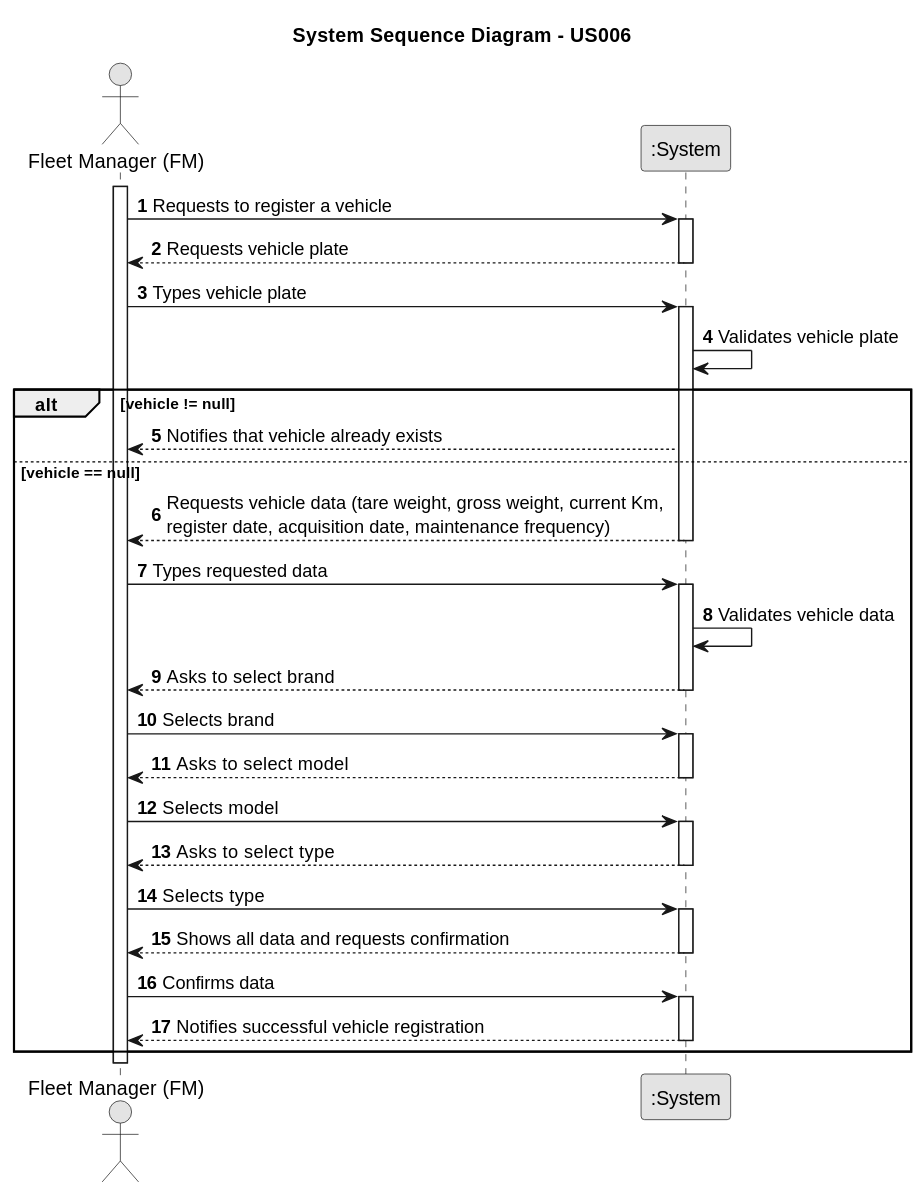
RicardoMorim/lapr2-ISEP-Project keeps this PlantUML diagram as docs/sprintB/us006/01.requirements-engineering/svg/us006-system-sequence-diagram-alternative-one-System_Sequence_Diagram___US006.svg. Above is the earlier version. The source it was exported from:
```plantuml
@startuml
skinparam monochrome true
skinparam packageStyle rectangle
skinparam shadowing false

actor "Fleet Manager (FM)" as FM
participant ":System" as System
autonumber

title System Sequence Diagram - US006
activate FM

FM -> System : Requests to register a vehicle
activate System
System --> FM : Requests vehicle plate
deactivate System
FM -> System : Types vehicle plate
activate System
System -> System : Validates vehicle plate

alt vehicle != null
    System --> FM : Notifies that vehicle already exists
    else vehicle == null
    System --> FM : Requests vehicle data (tare weight, gross weight, current Km, \nregister date, acquisition date, maintenance frequency)

deactivate System
    FM -> System : Types requested data
    activate System

System -> System: Validates vehicle data
    System --> FM : Asks to select brand
    deactivate System
    FM -> System : Selects brand
    activate System
    System --> FM : Asks to select model
    deactivate System
    FM -> System : Selects model
    activate System
    System --> FM : Asks to select type
    deactivate System
    FM -> System : Selects type
    activate System
    System --> FM : Shows all data and requests confirmation
    deactivate System
deactivate System
    FM -> System : Confirms data
    activate System
    System --> FM: Notifies successful vehicle registration
deactivate System
end
@enduml
```
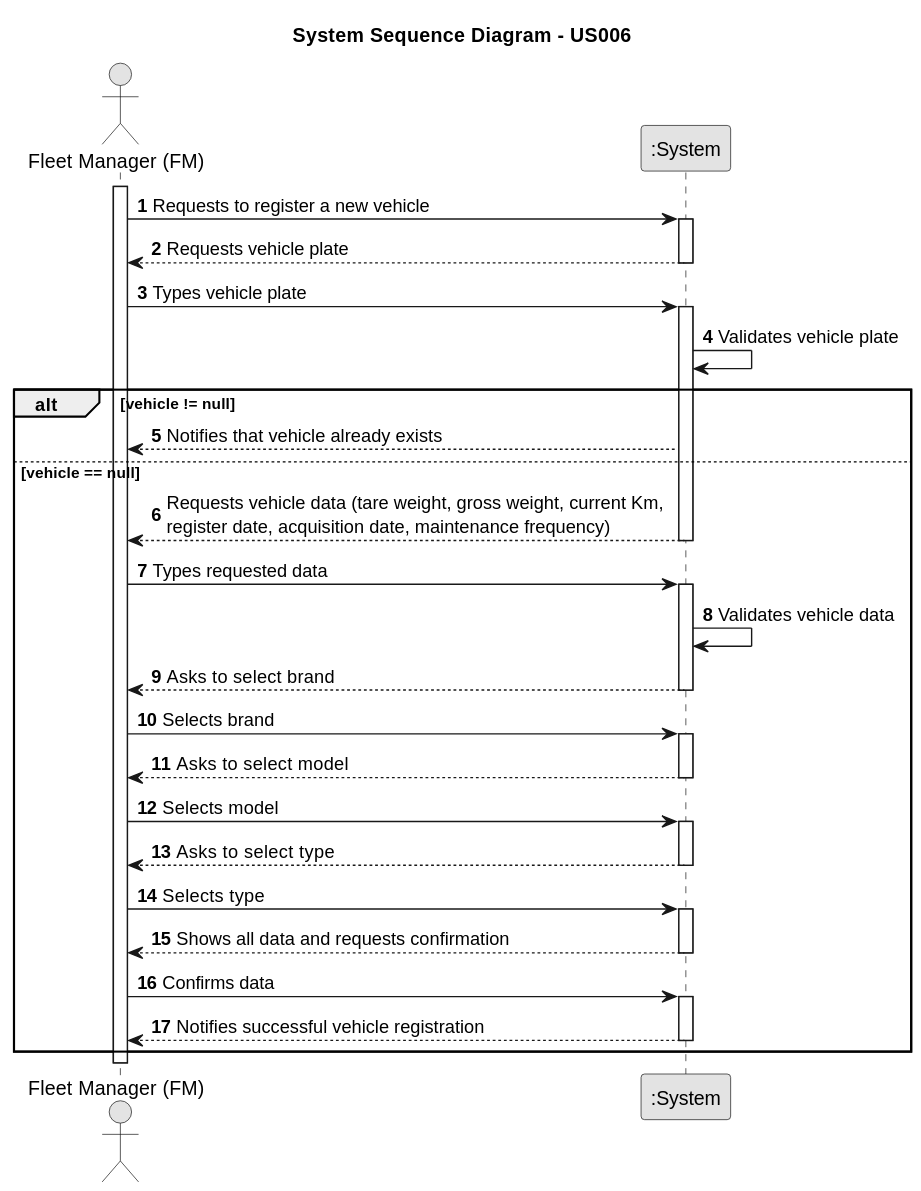
Later version of the same file.

Diff of the diagram source:
```diff
@@ -10,7 +10,7 @@
 title System Sequence Diagram - US006
 activate FM
 
-FM -> System : Requests to register a vehicle
+FM -> System : Requests to register a new vehicle
 activate System
 System --> FM : Requests vehicle plate
 deactivate System
```
